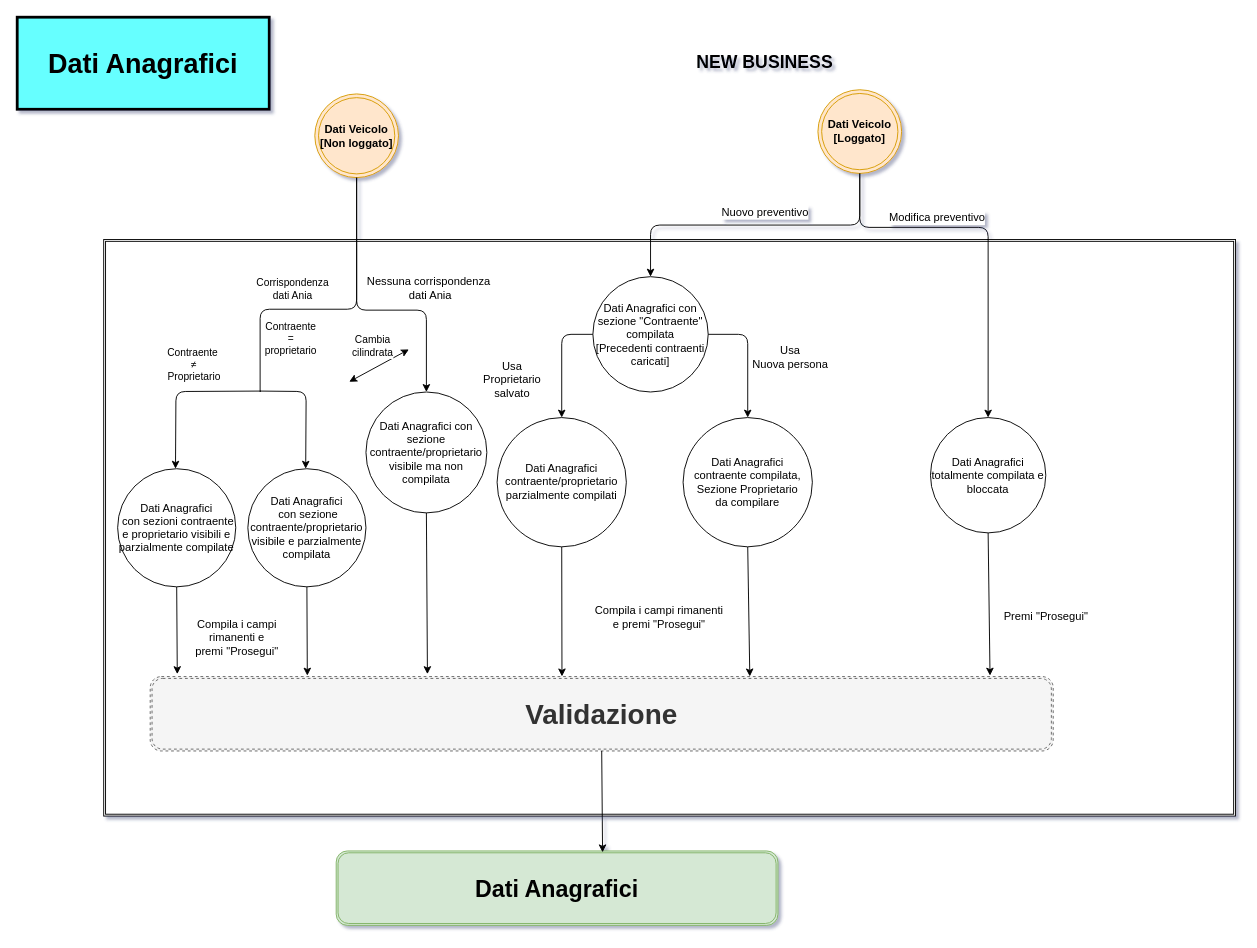
kaito93/Quixa keeps this draw.io diagram as Dati Anagrafici.drawio. Above is the earlier version. Source tidied: cells renumbered, new cells numbered last; positions are measured from the earlier drawing's top-left corner, leaving out a move shared by most shapes. Both pictures are drawn from the tidied source at 93%, with x=0, y=0 at pixel (17, 17).
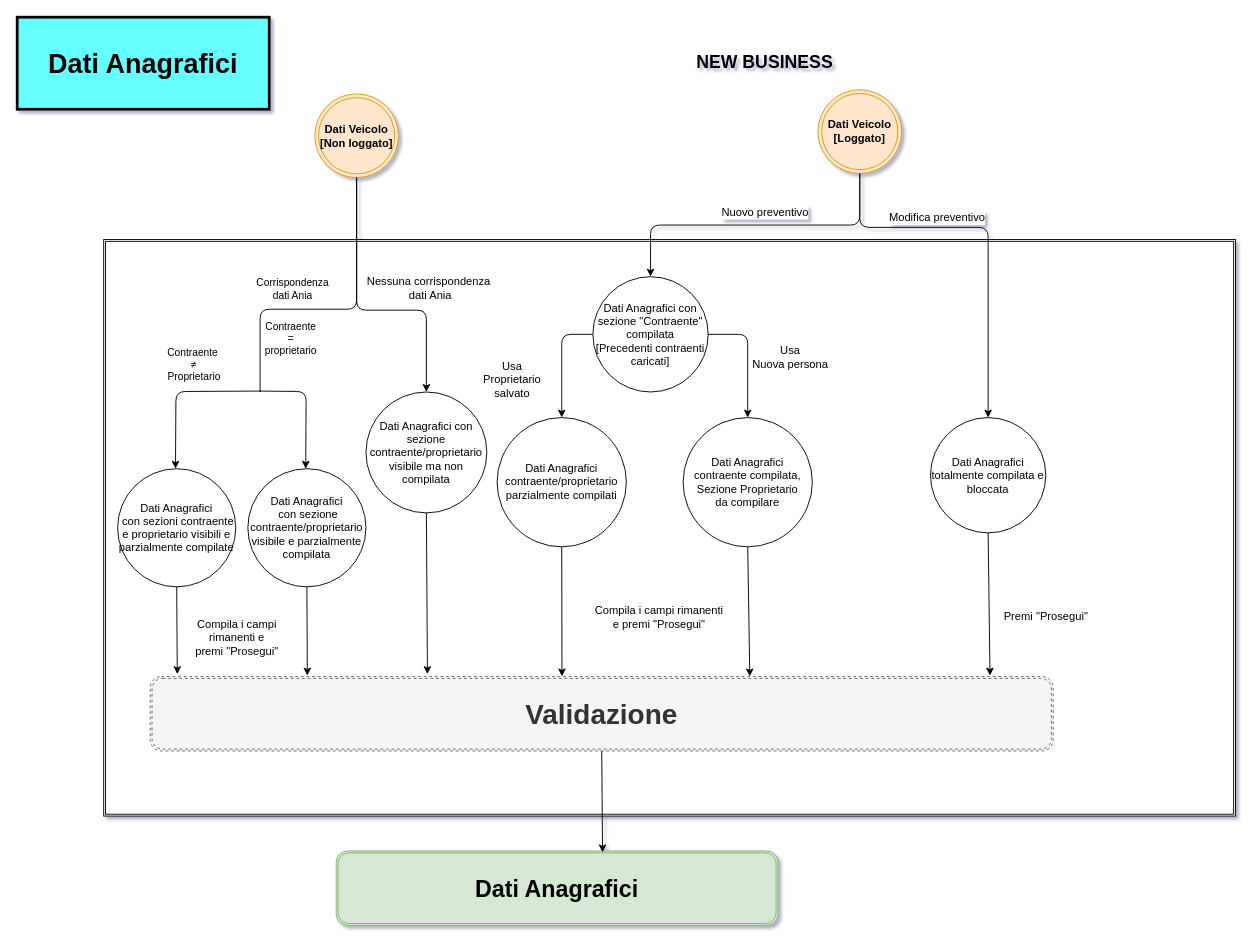
The same diagram, later.

Diff of the diagram source:
```diff
@@
-    <mxCell id="9" value="Cambia &lt;br&gt;cilindrata" style="endArrow=classic;startArrow=classic;html=1;labelBackgroundColor=#ffffff;strokeColor=#000000;fontColor=#000000;entryX=0;entryY=0.5;entryDx=0;entryDy=0;exitX=1;exitY=0.5;exitDx=0;exitDy=0;" parent="1" edge="1">
-      <mxGeometry x="0.1" y="22" relative="1" as="geometry">
-        <mxPoint x="357" y="392" as="sourcePoint" />
-        <mxPoint x="421.2" y="357.2" as="targetPoint" />
-      </mxGeometry>
-    </mxCell>
```
